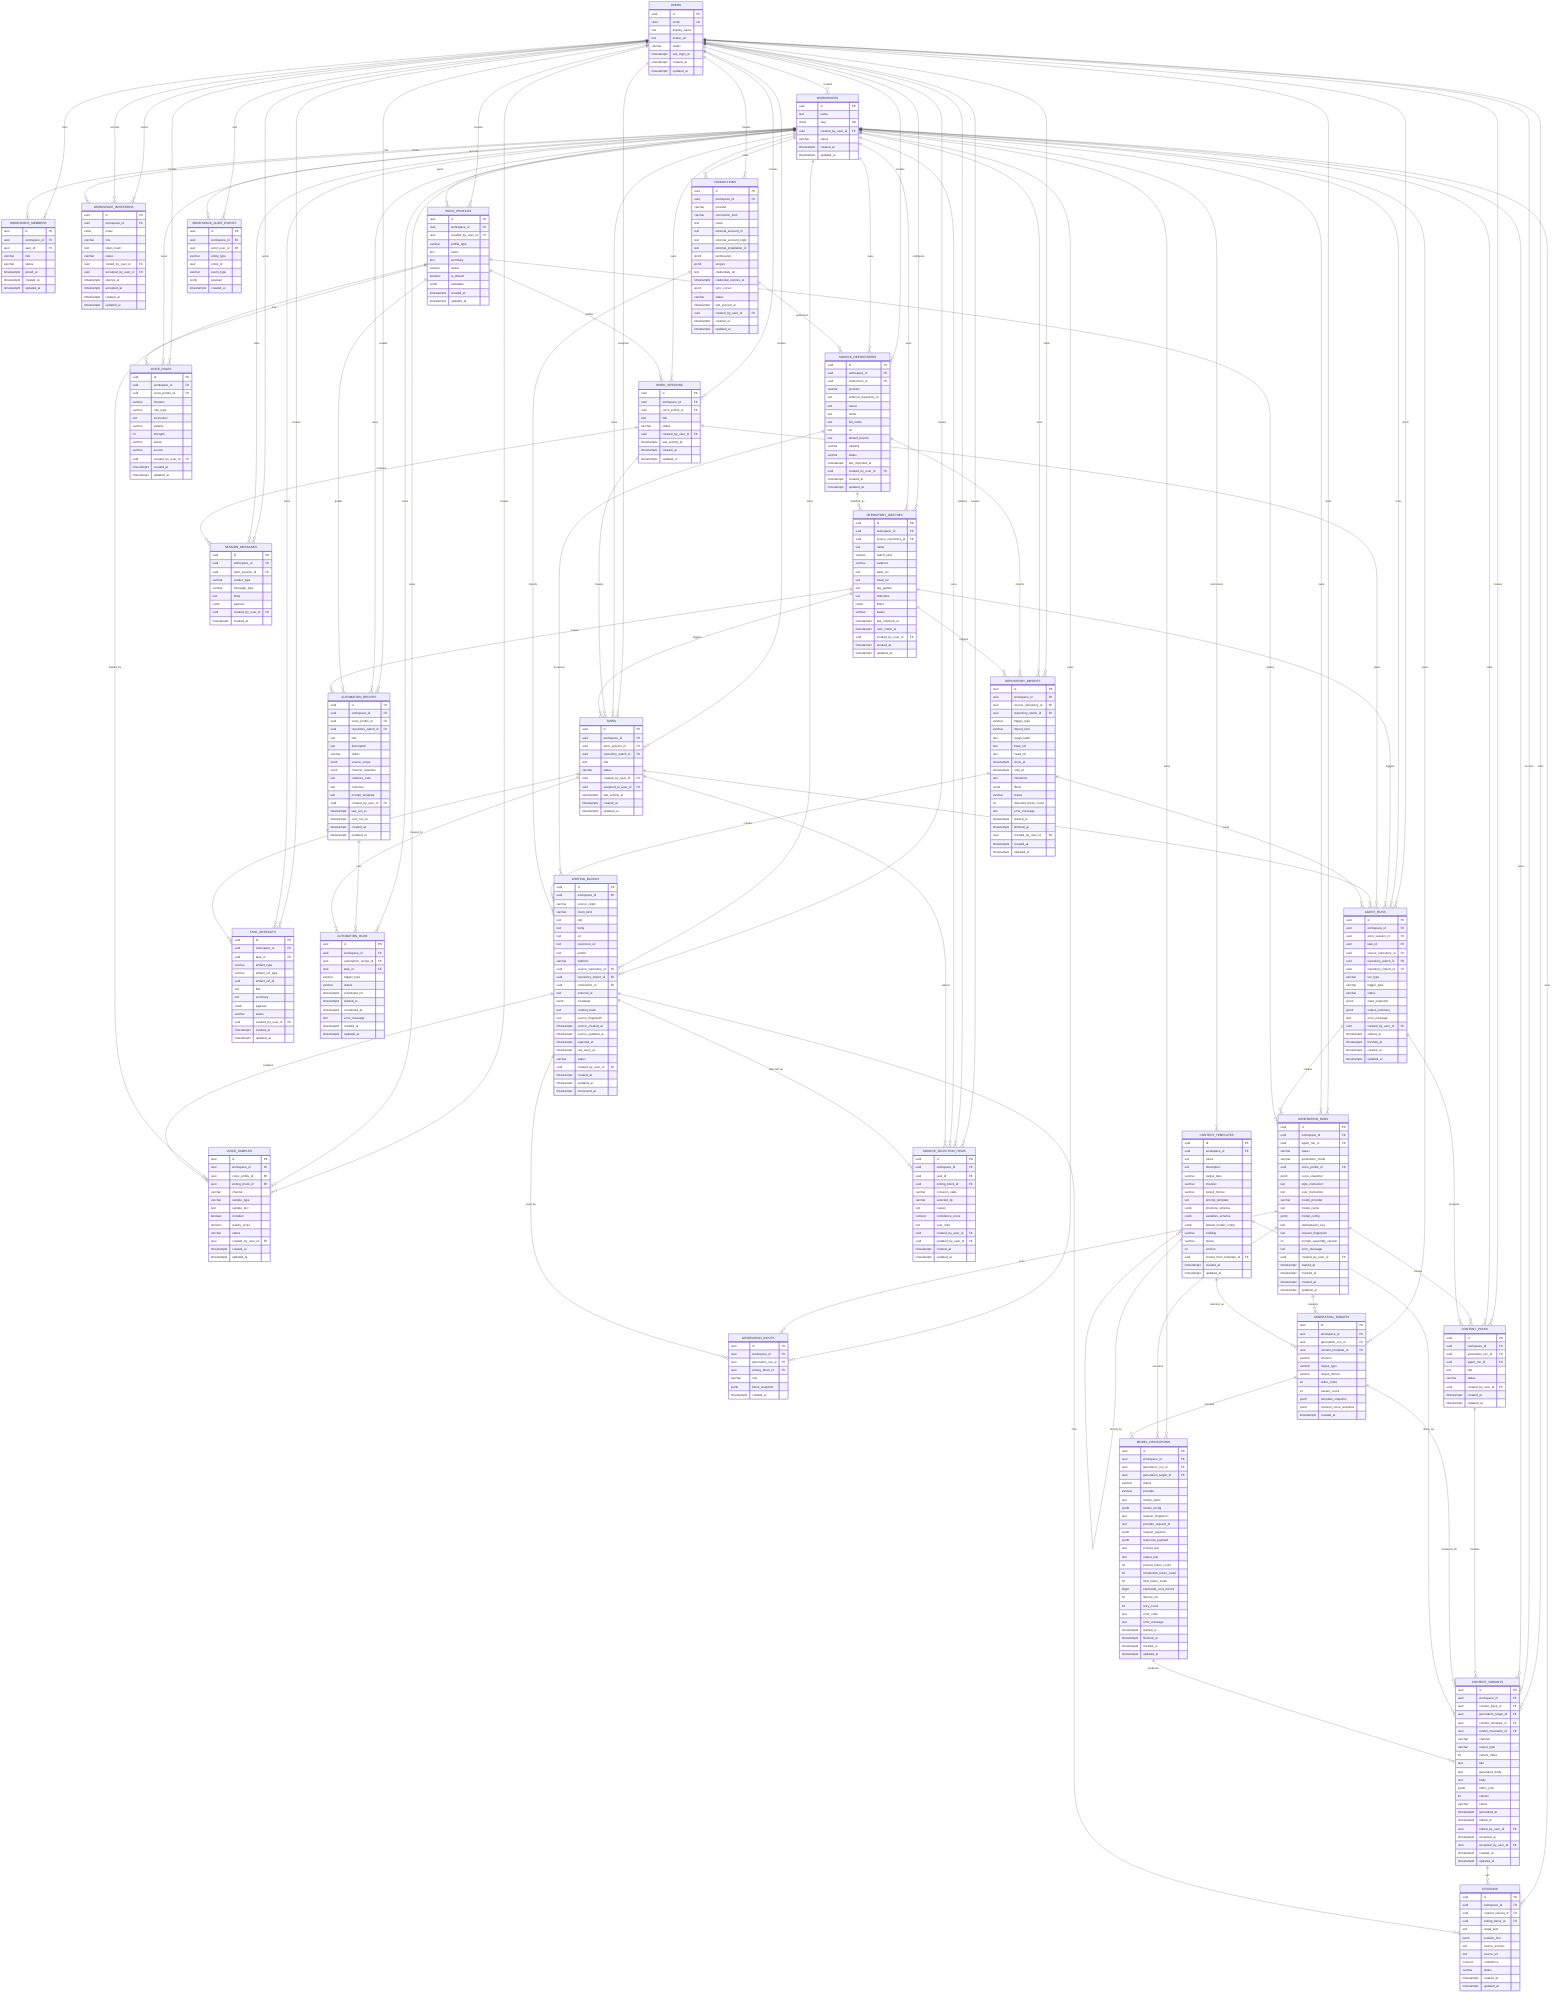
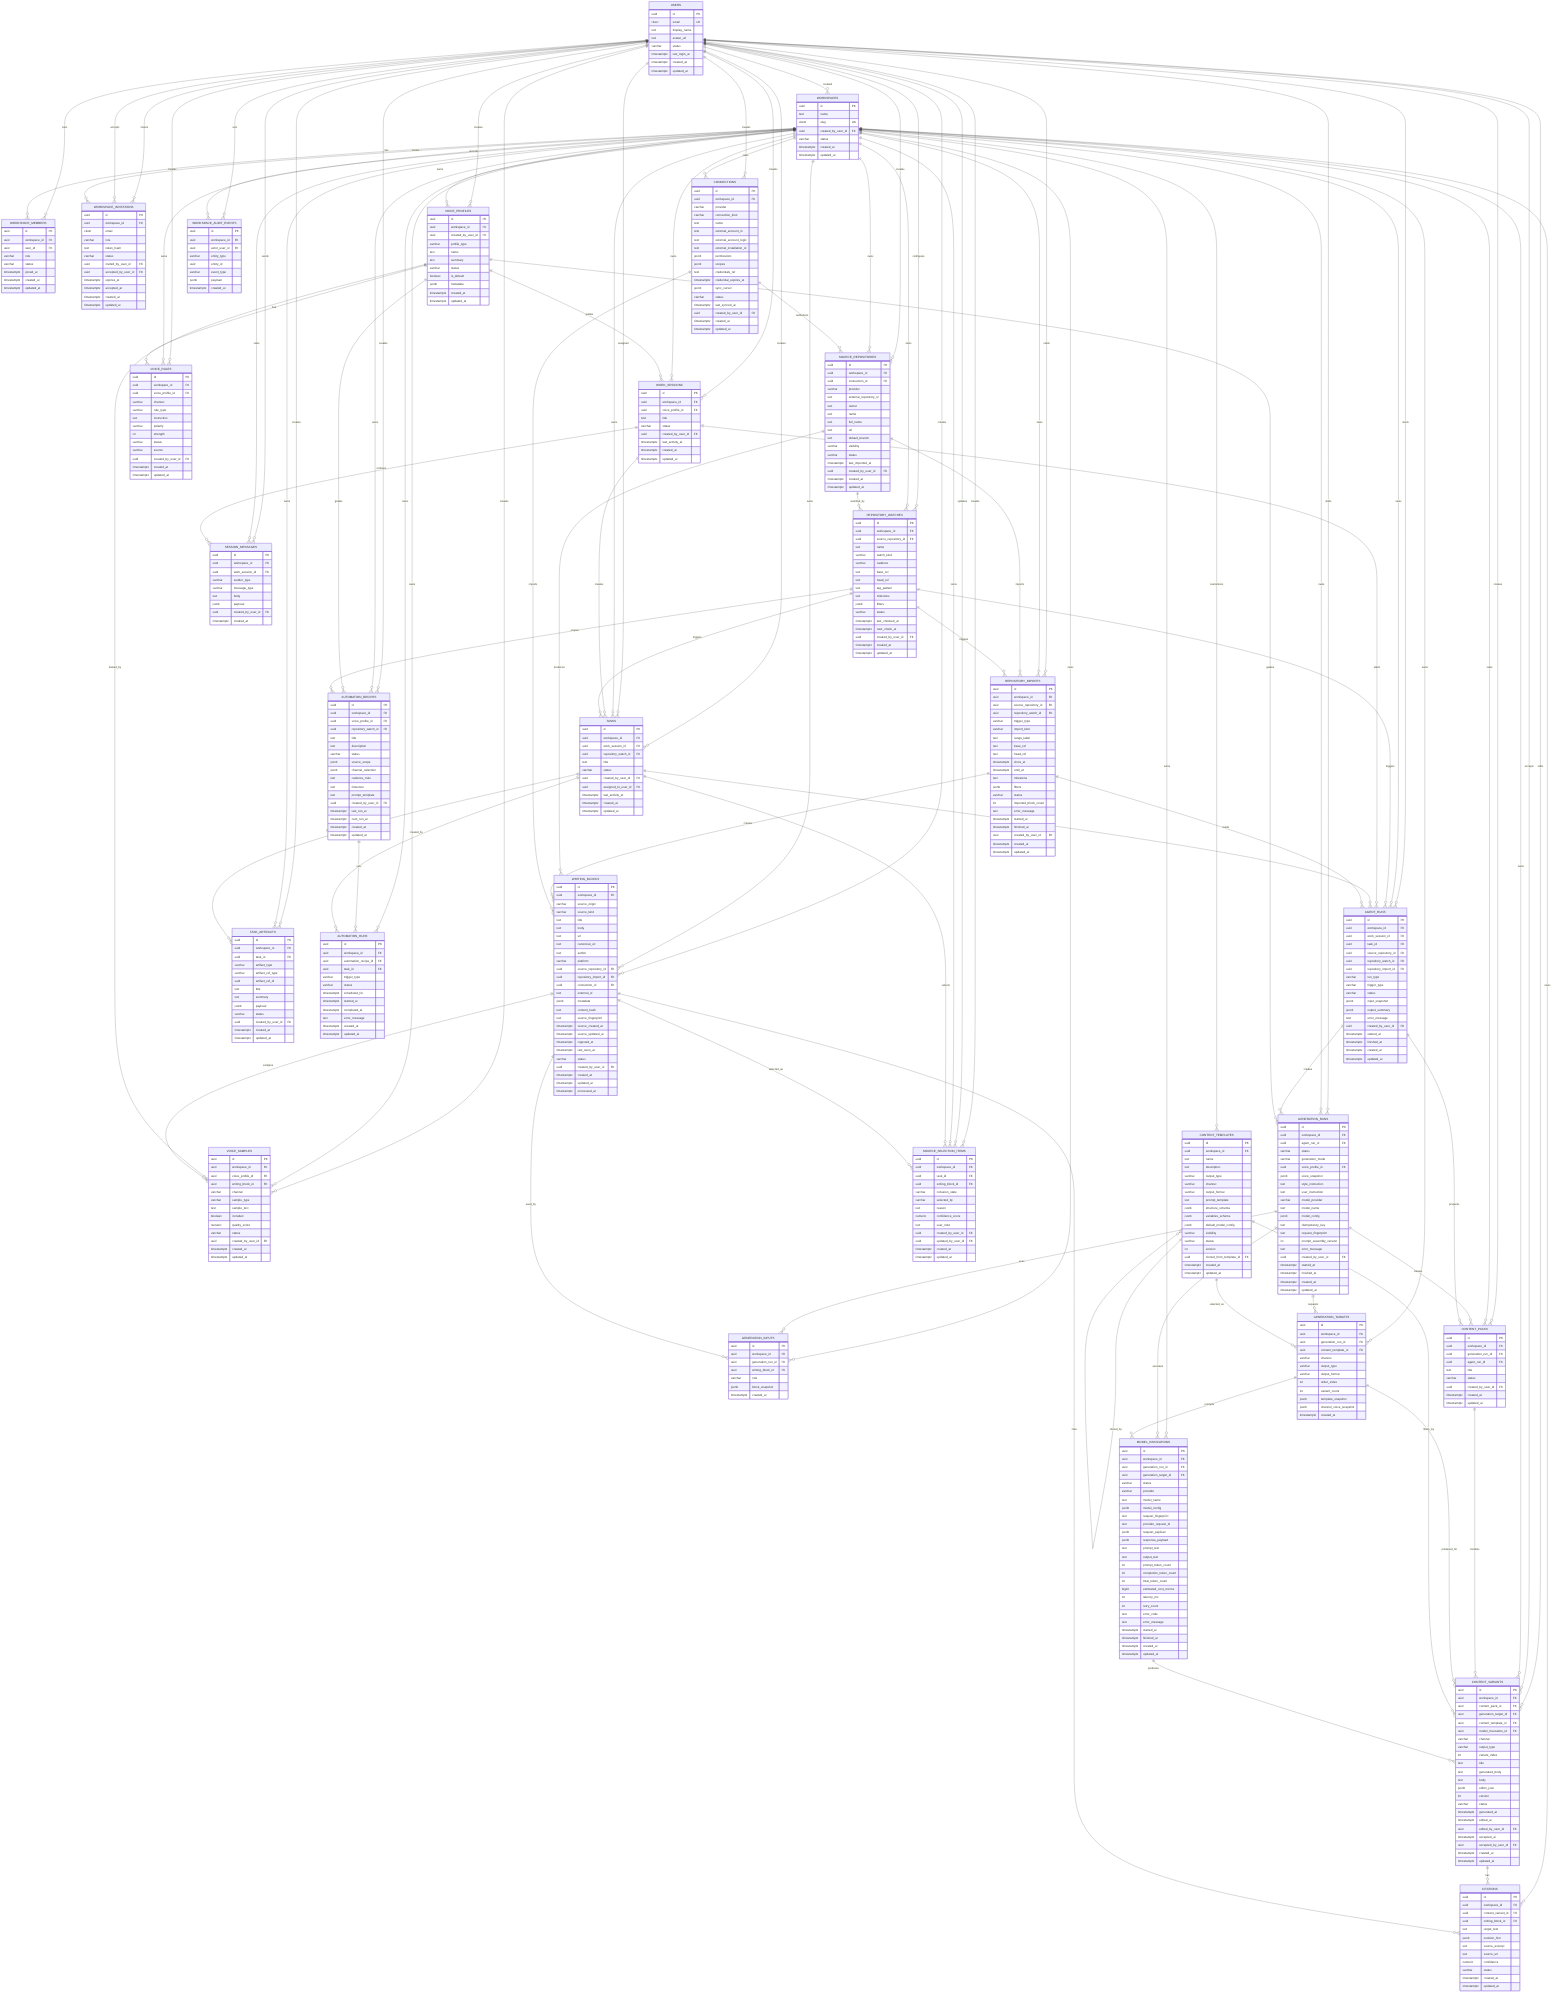
erDiagram
    USERS {
        uuid id PK
        citext email UK
        text display_name
        text avatar_url
        varchar status
        timestamptz last_login_at
        timestamptz created_at
        timestamptz updated_at
    }

    WORKSPACES {
        uuid id PK
        text name
        citext slug UK
        uuid created_by_user_id FK
        varchar status
        timestamptz created_at
        timestamptz updated_at
    }

    WORKSPACE_MEMBERS {
        uuid id PK
        uuid workspace_id FK
        uuid user_id FK
        varchar role
        varchar status
        timestamptz joined_at
        timestamptz created_at
        timestamptz updated_at
    }

    WORKSPACE_INVITATIONS {
        uuid id PK
        uuid workspace_id FK
        citext email
        varchar role
        text token_hash
        varchar status
        uuid invited_by_user_id FK
        uuid accepted_by_user_id FK
        timestamptz expires_at
        timestamptz accepted_at
        timestamptz created_at
        timestamptz updated_at
    }

    SOURCE_REPOSITORIES {
        uuid id PK
        uuid workspace_id FK
        uuid connection_id FK
        varchar provider
        text external_repository_id
        text owner
        text name
        text full_name
        text url
        text default_branch
        varchar visibility
        varchar status
        timestamptz last_imported_at
        uuid created_by_user_id FK
        timestamptz created_at
        timestamptz updated_at
    }

    REPOSITORY_WATCHES {
        uuid id PK
        uuid workspace_id FK
        uuid source_repository_id FK
        text name
        varchar watch_kind
        varchar cadence
        text base_ref
        text head_ref
        text tag_pattern
        text milestone
        jsonb filters
        varchar status
        timestamptz last_checked_at
        timestamptz next_check_at
        uuid created_by_user_id FK
        timestamptz created_at
        timestamptz updated_at
    }

    REPOSITORY_IMPORTS {
        uuid id PK
        uuid workspace_id FK
        uuid source_repository_id FK
        uuid repository_watch_id FK
        varchar trigger_type
        varchar import_kind
        text range_label
        text base_ref
        text head_ref
        timestamptz since_at
        timestamptz until_at
        text milestone
        jsonb filters
        varchar status
        int imported_block_count
        text error_message
        timestamptz started_at
        timestamptz finished_at
        uuid created_by_user_id FK
        timestamptz created_at
        timestamptz updated_at
    }

    CONNECTIONS {
        uuid id PK
        uuid workspace_id FK
        varchar provider
        varchar connection_kind
        text name
        text external_account_id
        text external_account_login
        text external_installation_id
        jsonb permissions
        jsonb scopes
        text credentials_ref
        timestamptz credential_expires_at
        jsonb sync_cursor
        varchar status
        timestamptz last_synced_at
        uuid created_by_user_id FK
        timestamptz created_at
        timestamptz updated_at
    }

    WRITING_BLOCKS {
        uuid id PK
        uuid workspace_id FK
        varchar source_origin
-         varchar block_kind
+         varchar source_kind
        text title
        text body
        text url
        text canonical_url
        text author
        varchar platform
        uuid source_repository_id FK
        uuid repository_import_id FK
        uuid connection_id FK
        text external_id
        jsonb metadata
        text content_hash
        text source_fingerprint
        timestamptz source_created_at
        timestamptz source_updated_at
        timestamptz ingested_at
        timestamptz last_seen_at
        varchar status
        uuid created_by_user_id FK
        timestamptz created_at
        timestamptz updated_at
        timestamptz processed_at
    }

    VOICE_PROFILES {
        uuid id PK
        uuid workspace_id FK
        uuid created_by_user_id FK
        varchar profile_type
        text name
        text summary
        varchar status
        boolean is_default
        jsonb metadata
        timestamptz created_at
        timestamptz updated_at
    }

    VOICE_SAMPLES {
        uuid id PK
        uuid workspace_id FK
        uuid voice_profile_id FK
        uuid writing_block_id FK
        varchar channel
        varchar sample_type
        text sample_text
        boolean included
        numeric quality_score
        varchar status
        uuid created_by_user_id FK
        timestamptz created_at
        timestamptz updated_at
    }

    VOICE_RULES {
        uuid id PK
        uuid workspace_id FK
        uuid voice_profile_id FK
        varchar channel
        varchar rule_type
        text instruction
        varchar polarity
        int strength
        varchar status
        varchar source
        uuid created_by_user_id FK
        timestamptz created_at
        timestamptz updated_at
    }

    CONTENT_TEMPLATES {
        uuid id PK
        uuid workspace_id FK
        text name
        text description
        varchar output_type
        varchar channel
        varchar output_format
        text prompt_template
        jsonb structure_schema
        jsonb variables_schema
        jsonb default_model_config
        varchar visibility
        varchar status
        int version
        uuid cloned_from_template_id FK
        timestamptz created_at
        timestamptz updated_at
    }

    WORK_SESSIONS {
        uuid id PK
        uuid workspace_id FK
        uuid voice_profile_id FK
        text title
        varchar status
        uuid created_by_user_id FK
        timestamptz last_activity_at
        timestamptz created_at
        timestamptz updated_at
    }

    SESSION_MESSAGES {
        uuid id PK
        uuid workspace_id FK
        uuid work_session_id FK
        varchar sender_type
        varchar message_type
        text body
        jsonb payload
        uuid created_by_user_id FK
        timestamptz created_at
    }

    TASKS {
        uuid id PK
        uuid workspace_id FK
        uuid work_session_id FK
        uuid repository_watch_id FK
        text title
        varchar status
        uuid created_by_user_id FK
        uuid assigned_to_user_id FK
        timestamptz last_activity_at
        timestamptz created_at
        timestamptz updated_at
    }

    TASK_ARTIFACTS {
        uuid id PK
        uuid workspace_id FK
        uuid task_id FK
        varchar artifact_type
        varchar artifact_ref_type
        uuid artifact_ref_id
        text title
        text summary
        jsonb payload
        varchar status
        uuid created_by_user_id FK
        timestamptz created_at
        timestamptz updated_at
    }

    SOURCE_SELECTION_ITEMS {
        uuid id PK
        uuid workspace_id FK
        uuid task_id FK
        uuid writing_block_id FK
        varchar inclusion_state
        varchar selected_by
        text reason
        numeric confidence_score
        text user_note
        uuid created_by_user_id FK
        uuid updated_by_user_id FK
        timestamptz created_at
        timestamptz updated_at
    }

    AUTOMATION_RECIPES {
        uuid id PK
        uuid workspace_id FK
        uuid voice_profile_id FK
        uuid repository_watch_id FK
        text title
        text description
        varchar status
        jsonb source_scope
        jsonb channel_selection
        text cadence_rrule
        text timezone
        text prompt_template
        uuid created_by_user_id FK
        timestamptz last_run_at
        timestamptz next_run_at
        timestamptz created_at
        timestamptz updated_at
    }

    AUTOMATION_RUNS {
        uuid id PK
        uuid workspace_id FK
        uuid automation_recipe_id FK
        uuid task_id FK
        varchar trigger_type
        varchar status
        timestamptz scheduled_for
        timestamptz started_at
        timestamptz completed_at
        text error_message
        timestamptz created_at
        timestamptz updated_at
    }

    AGENT_RUNS {
        uuid id PK
        uuid workspace_id FK
        uuid work_session_id FK
        uuid task_id FK
        uuid source_repository_id FK
        uuid repository_watch_id FK
        uuid repository_import_id FK
        varchar run_type
        varchar trigger_type
        varchar status
        jsonb input_snapshot
        jsonb output_summary
        text error_message
        uuid created_by_user_id FK
        timestamptz started_at
        timestamptz finished_at
        timestamptz created_at
        timestamptz updated_at
    }

    GENERATION_RUNS {
        uuid id PK
        uuid workspace_id FK
        uuid agent_run_id FK
        varchar status
        varchar generation_mode
        uuid voice_profile_id FK
        jsonb voice_snapshot
        text style_instruction
        text user_instruction
        varchar model_provider
        text model_name
        jsonb model_config
        text idempotency_key
        text request_fingerprint
        int prompt_assembly_version
        text error_message
        uuid created_by_user_id FK
        timestamptz started_at
        timestamptz finished_at
        timestamptz created_at
        timestamptz updated_at
    }

    GENERATION_INPUTS {
        uuid id PK
        uuid workspace_id FK
        uuid generation_run_id FK
        uuid writing_block_id FK
        varchar role
        jsonb block_snapshot
        timestamptz created_at
    }

    GENERATION_TARGETS {
        uuid id PK
        uuid workspace_id FK
        uuid generation_run_id FK
        uuid content_template_id FK
        varchar channel
        varchar output_type
        varchar output_format
        int order_index
        int variant_count
        jsonb template_snapshot
        jsonb channel_voice_snapshot
        timestamptz created_at
    }

    MODEL_INVOCATIONS {
        uuid id PK
        uuid workspace_id FK
        uuid generation_run_id FK
        uuid generation_target_id FK
        varchar status
        varchar provider
        text model_name
        jsonb model_config
        text request_fingerprint
        text provider_request_id
        jsonb request_payload
        jsonb response_payload
        text prompt_text
        text output_text
        int prompt_token_count
        int completion_token_count
        int total_token_count
        bigint estimated_cost_micros
        int latency_ms
        int retry_count
        text error_code
        text error_message
        timestamptz started_at
        timestamptz finished_at
        timestamptz created_at
        timestamptz updated_at
    }

    CONTENT_PACKS {
        uuid id PK
        uuid workspace_id FK
        uuid generation_run_id FK
        uuid agent_run_id FK
        text title
        varchar status
        uuid created_by_user_id FK
        timestamptz created_at
        timestamptz updated_at
    }

    CONTENT_VARIANTS {
        uuid id PK
        uuid workspace_id FK
        uuid content_pack_id FK
        uuid generation_target_id FK
        uuid content_template_id FK
        uuid model_invocation_id FK
        varchar channel
        varchar output_type
        int variant_index
        text title
        text generated_body
        text body
        jsonb editor_json
        int version
        varchar status
        timestamptz generated_at
        timestamptz edited_at
        uuid edited_by_user_id FK
        timestamptz accepted_at
        uuid accepted_by_user_id FK
        timestamptz created_at
        timestamptz updated_at
    }

    CITATIONS {
        uuid id PK
        uuid workspace_id FK
        uuid content_variant_id FK
        uuid writing_block_id FK
        text target_text
        jsonb position_hint
        text source_excerpt
        text source_url
        numeric confidence
        varchar status
        timestamptz created_at
        timestamptz updated_at
    }

    WORKSPACE_AUDIT_EVENTS {
        uuid id PK
        uuid workspace_id FK
        uuid actor_user_id FK
        varchar entity_type
        uuid entity_id
        varchar event_type
        jsonb payload
        timestamptz created_at
    }

    USERS ||--o{ WORKSPACES : created
    USERS ||--o{ WORKSPACE_MEMBERS : joins
    USERS ||--o{ WORKSPACE_INVITATIONS : invites
    USERS ||--o{ WORKSPACE_INVITATIONS : accepts
    USERS ||--o{ SOURCE_REPOSITORIES : creates
    USERS ||--o{ REPOSITORY_WATCHES : configures
    USERS ||--o{ REPOSITORY_IMPORTS : starts
    USERS ||--o{ CONNECTIONS : creates
    USERS ||--o{ WRITING_BLOCKS : creates
    USERS ||--o{ VOICE_PROFILES : creates
    USERS ||--o{ VOICE_SAMPLES : creates
    USERS ||--o{ VOICE_RULES : creates
    USERS ||--o{ WORK_SESSIONS : creates
    USERS ||--o{ SESSION_MESSAGES : sends
    USERS ||--o{ TASKS : creates
    USERS ||--o{ TASKS : assigned
    USERS ||--o{ TASK_ARTIFACTS : creates
    USERS ||--o{ SOURCE_SELECTION_ITEMS : creates
    USERS ||--o{ SOURCE_SELECTION_ITEMS : updates
    USERS ||--o{ AUTOMATION_RECIPES : creates
    USERS ||--o{ AGENT_RUNS : starts
    USERS ||--o{ GENERATION_RUNS : starts
    USERS ||--o{ CONTENT_PACKS : creates
    USERS ||--o{ CONTENT_VARIANTS : edits
    USERS ||--o{ CONTENT_VARIANTS : accepts
    USERS ||--o{ WORKSPACE_AUDIT_EVENTS : acts

    WORKSPACES ||--o{ WORKSPACE_MEMBERS : has
    WORKSPACES ||--o{ WORKSPACE_INVITATIONS : invites
    WORKSPACES ||--o{ SOURCE_REPOSITORIES : owns
    WORKSPACES ||--o{ REPOSITORY_WATCHES : owns
    WORKSPACES ||--o{ REPOSITORY_IMPORTS : owns
    WORKSPACES ||--o{ CONNECTIONS : owns
    WORKSPACES ||--o{ WRITING_BLOCKS : owns
    WORKSPACES ||--o{ VOICE_PROFILES : owns
    WORKSPACES ||--o{ VOICE_SAMPLES : owns
    WORKSPACES ||--o{ VOICE_RULES : owns
    WORKSPACES ||--o{ CONTENT_TEMPLATES : customizes
    WORKSPACES ||--o{ WORK_SESSIONS : owns
    WORKSPACES ||--o{ SESSION_MESSAGES : owns
    WORKSPACES ||--o{ TASKS : owns
    WORKSPACES ||--o{ TASK_ARTIFACTS : owns
    WORKSPACES ||--o{ SOURCE_SELECTION_ITEMS : owns
    WORKSPACES ||--o{ AUTOMATION_RECIPES : owns
    WORKSPACES ||--o{ AUTOMATION_RUNS : owns
    WORKSPACES ||--o{ AGENT_RUNS : owns
    WORKSPACES ||--o{ GENERATION_RUNS : owns
    WORKSPACES ||--o{ GENERATION_INPUTS : owns
    WORKSPACES ||--o{ GENERATION_TARGETS : owns
    WORKSPACES ||--o{ MODEL_INVOCATIONS : owns
    WORKSPACES ||--o{ CONTENT_PACKS : owns
    WORKSPACES ||--o{ CONTENT_VARIANTS : owns
    WORKSPACES ||--o{ CITATIONS : owns
    WORKSPACES ||--o{ WORKSPACE_AUDIT_EVENTS : records

    CONNECTIONS ||--o{ SOURCE_REPOSITORIES : authorizes
    SOURCE_REPOSITORIES ||--o{ REPOSITORY_WATCHES : watched_by
    SOURCE_REPOSITORIES ||--o{ REPOSITORY_IMPORTS : imports
    REPOSITORY_WATCHES ||--o{ REPOSITORY_IMPORTS : triggers
    SOURCE_REPOSITORIES ||--o{ WRITING_BLOCKS : produces
    REPOSITORY_IMPORTS ||--o{ WRITING_BLOCKS : creates
    CONNECTIONS ||--o{ WRITING_BLOCKS : imports
    VOICE_PROFILES ||--o{ VOICE_SAMPLES : trained_by
    WRITING_BLOCKS ||--o{ VOICE_SAMPLES : samples
    VOICE_PROFILES ||--o{ VOICE_RULES : has
    CONTENT_TEMPLATES ||--o{ CONTENT_TEMPLATES : cloned_by

    VOICE_PROFILES ||--o{ WORK_SESSIONS : guides
    WORK_SESSIONS ||--o{ SESSION_MESSAGES : contains
    WORK_SESSIONS ||--o{ TASKS : creates
    REPOSITORY_WATCHES ||--o{ TASKS : triggers
    TASKS ||--o{ TASK_ARTIFACTS : produces
    TASKS ||--o{ SOURCE_SELECTION_ITEMS : selects
    WRITING_BLOCKS ||--o{ SOURCE_SELECTION_ITEMS : selected_as
    VOICE_PROFILES ||--o{ AUTOMATION_RECIPES : guides
    REPOSITORY_WATCHES ||--o{ AUTOMATION_RECIPES : scopes
    AUTOMATION_RECIPES ||--o{ AUTOMATION_RUNS : runs
    TASKS ||--o{ AUTOMATION_RUNS : created_by

    REPOSITORY_WATCHES ||--o{ AGENT_RUNS : triggers
    WORK_SESSIONS ||--o{ AGENT_RUNS : starts
    TASKS ||--o{ AGENT_RUNS : executes
    REPOSITORY_IMPORTS ||--o{ AGENT_RUNS : feeds
    AGENT_RUNS ||--o{ GENERATION_RUNS : creates
    VOICE_PROFILES ||--o{ GENERATION_RUNS : guides
    GENERATION_RUNS ||--o{ GENERATION_INPUTS : uses
    WRITING_BLOCKS ||--o{ GENERATION_INPUTS : used_by
    GENERATION_RUNS ||--o{ GENERATION_TARGETS : requests
    CONTENT_TEMPLATES ||--o{ GENERATION_TARGETS : selected_as
    GENERATION_RUNS ||--o{ MODEL_INVOCATIONS : executes
    GENERATION_TARGETS ||--o{ MODEL_INVOCATIONS : prompts
    GENERATION_RUNS ||--o{ CONTENT_PACKS : creates
    AGENT_RUNS ||--o{ CONTENT_PACKS : prepares
    CONTENT_PACKS ||--o{ CONTENT_VARIANTS : contains
    GENERATION_TARGETS ||--o{ CONTENT_VARIANTS : produced_for
    CONTENT_TEMPLATES ||--o{ CONTENT_VARIANTS : filters_by
    MODEL_INVOCATIONS ||--o{ CONTENT_VARIANTS : produces
    CONTENT_VARIANTS ||--o{ CITATIONS : has
    WRITING_BLOCKS ||--o{ CITATIONS : cites
